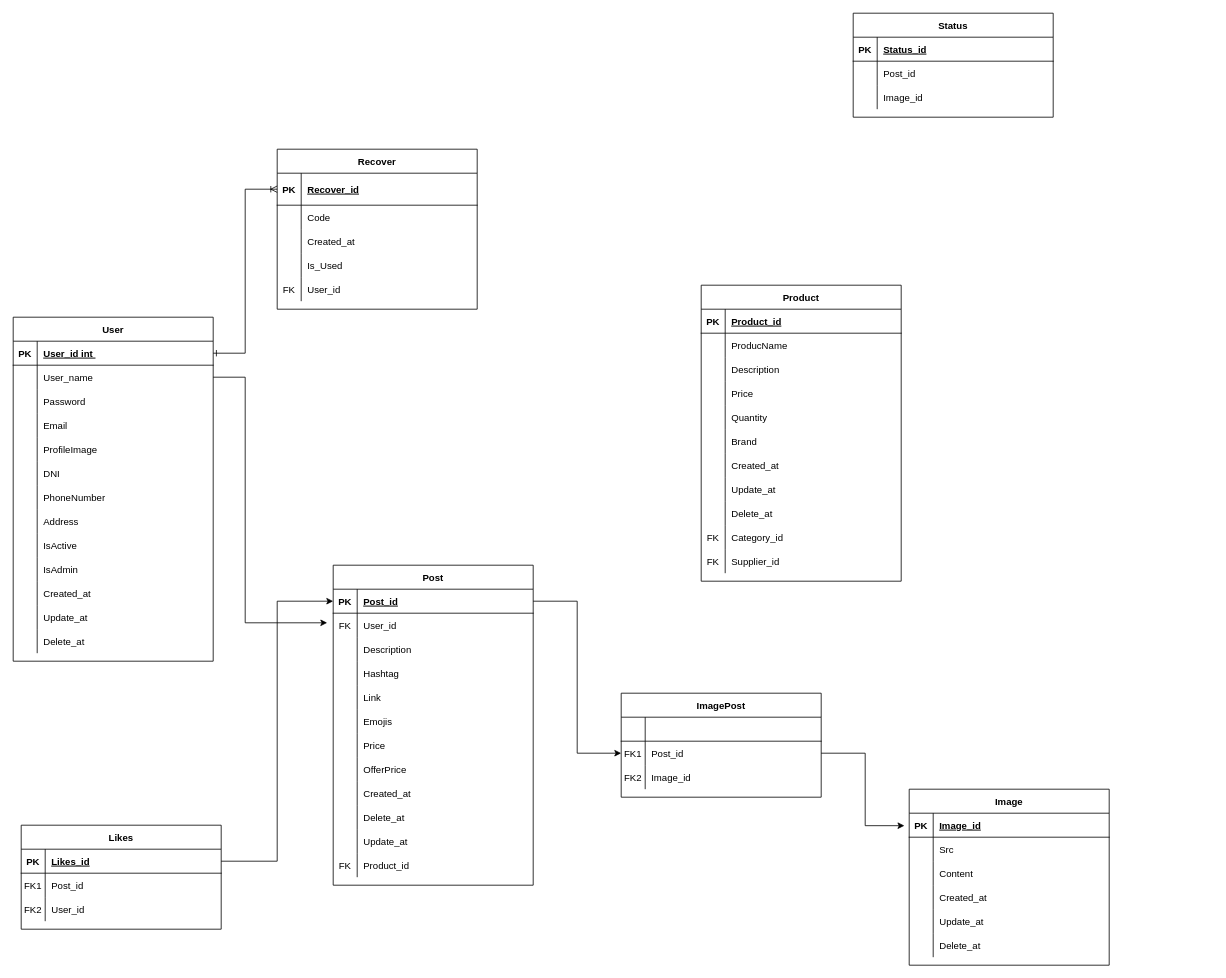
Before: E-Commerce.drawio in MarvinOrtiz18/DER, a draw.io diagram. Source tidied: cells renumbered, new cells numbered last; positions are measured from the earlier drawing's top-left corner, leaving out a move shared by most shapes. Both pictures are drawn from the tidied source at 80%, with x=0, y=0 at pixel (13, 13).
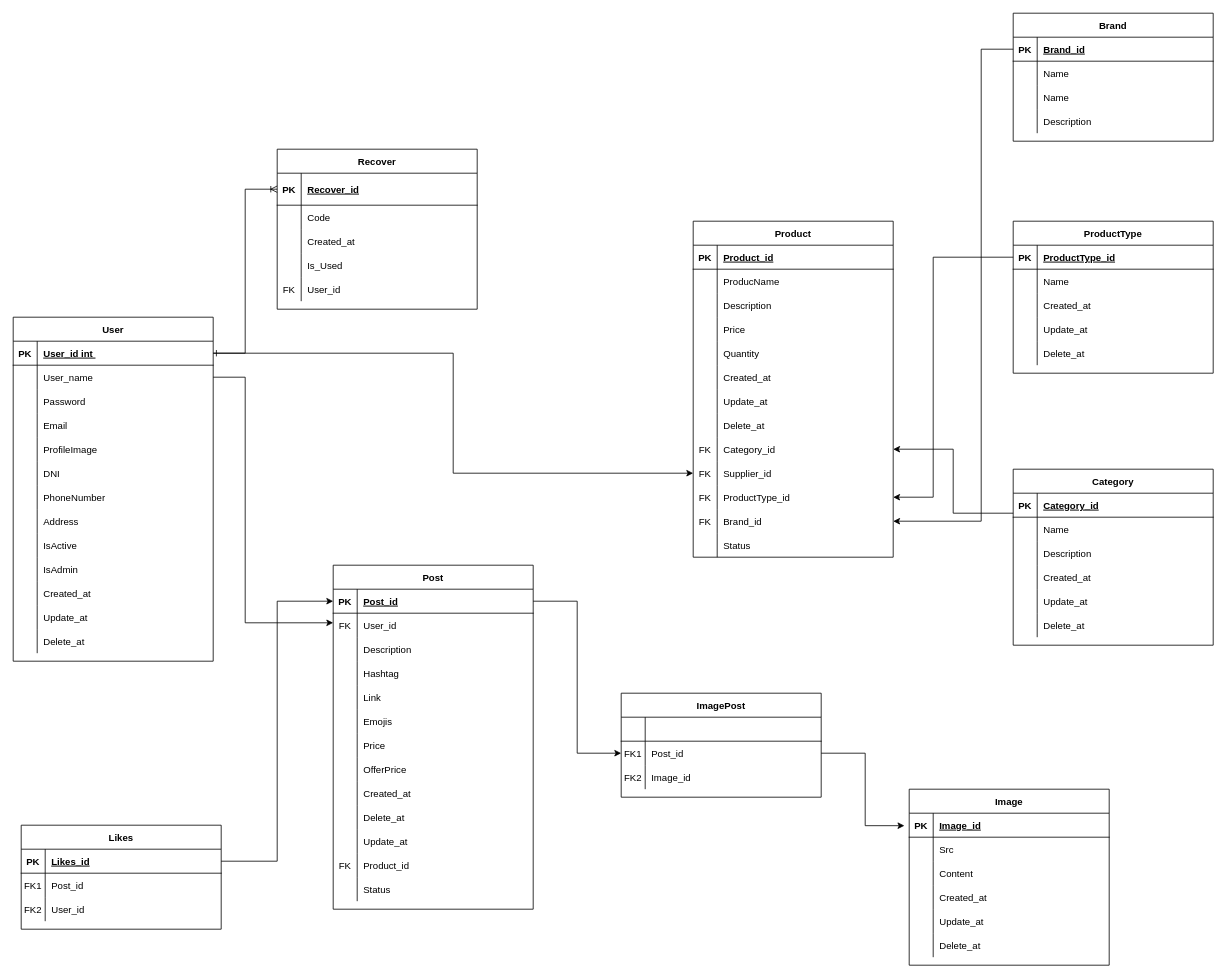
After the change.

Unchanged cells that the change refers to:
```xml
<mxCell id="29" style="shape=partialRectangle;fillColor=none;points=[[0,0.5],[1,0.5]];portConstraint=eastwest;top=0;left=0;right=0;bottom=1;" parent="28" vertex="1">
  <mxGeometry y="30" width="250" height="30" as="geometry" />
</mxCell>
<mxCell id="32" style="shape=partialRectangle;fillColor=none;points=[[0,0.5],[1,0.5]];portConstraint=eastwest;top=0;left=0;right=0;bottom=0;" parent="28" vertex="1">
  <mxGeometry y="60" width="250" height="30" as="geometry" />
</mxCell>
<mxCell id="73" style="shape=partialRectangle;fillColor=none;points=[[0,0.5],[1,0.5]];portConstraint=eastwest;top=0;left=0;right=0;bottom=0;" parent="69" vertex="1">
  <mxGeometry y="60" width="250" height="30" as="geometry" />
</mxCell>
<mxCell id="174" style="shape=partialRectangle;fillColor=none;points=[[0,0.5],[1,0.5]];portConstraint=eastwest;top=0;left=0;right=0;bottom=1;" parent="173" vertex="1">
  <mxGeometry y="30" width="250" height="30" as="geometry" />
</mxCell>
<mxCell id="177" style="shape=partialRectangle;fillColor=none;top=0;left=0;right=0;bottom=0;" parent="173" vertex="1">
  <mxGeometry y="60" width="250" height="30" as="geometry" />
</mxCell>
```

Diff of the diagram source:
```diff
@@
     <mxCell id="69" value="Post" style="shape=table;startSize=30;childLayout=tableLayout;rowLines=0;fontStyle=1;align=center;" parent="1" vertex="1">
-      <mxGeometry x="400" y="690" width="250" height="400" as="geometry" />
+      <mxGeometry x="400" y="690" width="250" height="430" as="geometry" />
     </mxCell>
@@
+    <mxCell id="183" style="shape=partialRectangle;fillColor=none;top=0;left=0;right=0;bottom=0;" parent="69" vertex="1">
+      <mxGeometry y="390" width="250" height="30" as="geometry" />
+    </mxCell>
+    <mxCell id="184" style="shape=partialRectangle;overflow=hidden;fillColor=none;top=0;left=0;bottom=0;right=0;" parent="183" vertex="1">
+      <mxGeometry width="30" height="30" as="geometry" />
+    </mxCell>
+    <mxCell id="185" value="Status" style="shape=partialRectangle;overflow=hidden;fillColor=none;top=0;left=0;bottom=0;right=0;align=left;spacingLeft=6;" parent="183" vertex="1">
+      <mxGeometry x="30" width="220" height="30" as="geometry" />
+    </mxCell>
@@
-    <mxCell id="135" style="edgeStyle=orthogonalEdgeStyle;rounded=0;jettySize=auto;html=1;exitX=1;exitY=0.5;exitDx=0;exitDy=0;entryX=-0.03;entryY=0.4;entryDx=0;entryDy=0;entryPerimeter=0;" parent="1" edge="1" source="32" target="73">
+    <mxCell id="135" style="edgeStyle=orthogonalEdgeStyle;rounded=0;jettySize=auto;html=1;exitX=1;exitY=0.5;exitDx=0;exitDy=0;" parent="1" edge="1" source="32" target="73">
       <mxGeometry relative="1" as="geometry">
         <Array as="points">
           <mxPoint x="290" y="455" />
           <mxPoint x="290" y="762" />
         </Array>
       </mxGeometry>
     </mxCell>
@@
     <mxCell id="139" value="Product" style="shape=table;startSize=30;childLayout=tableLayout;rowLines=0;fontStyle=1;align=center;" parent="1" vertex="1">
-      <mxGeometry x="860" y="340" width="250" height="370" as="geometry" />
+      <mxGeometry x="850" y="260" width="250" height="420" as="geometry" />
     </mxCell>
@@
-    <mxCell id="155" style="shape=partialRectangle;fillColor=none;top=0;left=0;right=0;bottom=0;" parent="139" vertex="1">
-      <mxGeometry y="180" width="250" height="30" as="geometry" />
-    </mxCell>
-    <mxCell id="156" style="shape=partialRectangle;overflow=hidden;fillColor=none;top=0;left=0;bottom=0;right=0;" parent="155" vertex="1">
-      <mxGeometry width="30" height="30" as="geometry" />
-    </mxCell>
-    <mxCell id="157" value="Brand" style="shape=partialRectangle;overflow=hidden;fillColor=none;top=0;left=0;bottom=0;right=0;align=left;spacingLeft=6;" parent="155" vertex="1">
-      <mxGeometry x="30" width="220" height="30" as="geometry" />
-    </mxCell>
     <mxCell id="158" style="shape=partialRectangle;fillColor=none;top=0;left=0;right=0;bottom=0;" parent="139" vertex="1">
-      <mxGeometry y="210" width="250" height="30" as="geometry" />
+      <mxGeometry y="180" width="250" height="30" as="geometry" />
     </mxCell>
@@
     <mxCell id="161" style="shape=partialRectangle;fillColor=none;top=0;left=0;right=0;bottom=0;" parent="139" vertex="1">
-      <mxGeometry y="240" width="250" height="30" as="geometry" />
+      <mxGeometry y="210" width="250" height="30" as="geometry" />
     </mxCell>
@@
     <mxCell id="164" style="shape=partialRectangle;fillColor=none;top=0;left=0;right=0;bottom=0;" parent="139" vertex="1">
-      <mxGeometry y="270" width="250" height="30" as="geometry" />
+      <mxGeometry y="240" width="250" height="30" as="geometry" />
     </mxCell>
@@
     <mxCell id="167" style="shape=partialRectangle;fillColor=none;points=[[0,0.5],[1,0.5]];portConstraint=eastwest;top=0;left=0;right=0;bottom=0;" parent="139" vertex="1">
-      <mxGeometry y="300" width="250" height="30" as="geometry" />
+      <mxGeometry y="270" width="250" height="30" as="geometry" />
     </mxCell>
@@
     <mxCell id="170" style="shape=partialRectangle;fillColor=none;points=[[0,0.5],[1,0.5]];portConstraint=eastwest;top=0;left=0;right=0;bottom=0;" parent="139" vertex="1">
-      <mxGeometry y="330" width="250" height="30" as="geometry" />
+      <mxGeometry y="300" width="250" height="30" as="geometry" />
     </mxCell>
@@
+    <mxCell id="186" style="shape=partialRectangle;fillColor=none;points=[[0,0.5],[1,0.5]];portConstraint=eastwest;top=0;left=0;right=0;bottom=0;" parent="139" vertex="1">
+      <mxGeometry y="330" width="250" height="30" as="geometry" />
+    </mxCell>
+    <mxCell id="187" value="FK" style="shape=partialRectangle;overflow=hidden;fillColor=none;top=0;left=0;bottom=0;right=0;" parent="186" vertex="1">
+      <mxGeometry width="30" height="30" as="geometry" />
+    </mxCell>
+    <mxCell id="188" value="ProductType_id" style="shape=partialRectangle;overflow=hidden;fillColor=none;top=0;left=0;bottom=0;right=0;align=left;spacingLeft=6;" parent="186" vertex="1">
+      <mxGeometry x="30" width="220" height="30" as="geometry" />
+    </mxCell>
+    <mxCell id="189" style="shape=partialRectangle;fillColor=none;points=[[0,0.5],[1,0.5]];portConstraint=eastwest;top=0;left=0;right=0;bottom=0;" parent="139" vertex="1">
+      <mxGeometry y="360" width="250" height="30" as="geometry" />
+    </mxCell>
+    <mxCell id="190" value="FK" style="shape=partialRectangle;overflow=hidden;fillColor=none;top=0;left=0;bottom=0;right=0;" parent="189" vertex="1">
+      <mxGeometry width="30" height="30" as="geometry" />
+    </mxCell>
+    <mxCell id="191" value="Brand_id" style="shape=partialRectangle;overflow=hidden;fillColor=none;top=0;left=0;bottom=0;right=0;align=left;spacingLeft=6;" parent="189" vertex="1">
+      <mxGeometry x="30" width="220" height="30" as="geometry" />
+    </mxCell>
+    <mxCell id="192" style="shape=partialRectangle;fillColor=none;top=0;left=0;right=0;bottom=0;" parent="139" vertex="1">
+      <mxGeometry y="390" width="250" height="30" as="geometry" />
+    </mxCell>
+    <mxCell id="193" style="shape=partialRectangle;overflow=hidden;fillColor=none;top=0;left=0;bottom=0;right=0;" parent="192" vertex="1">
+      <mxGeometry width="30" height="30" as="geometry" />
+    </mxCell>
+    <mxCell id="194" value="Status" style="shape=partialRectangle;overflow=hidden;fillColor=none;top=0;left=0;bottom=0;right=0;align=left;spacingLeft=6;" parent="192" vertex="1">
+      <mxGeometry x="30" width="220" height="30" as="geometry" />
+    </mxCell>
-    <mxCell id="173" value="Status" style="shape=table;startSize=30;childLayout=tableLayout;rowLines=0;fontStyle=1;align=center;" parent="1" vertex="1">
-      <mxGeometry x="1050" width="250" height="130" as="geometry" />
+    <mxCell id="173" value="Brand" style="shape=table;startSize=30;childLayout=tableLayout;rowLines=0;fontStyle=1;align=center;" parent="1" vertex="1">
+      <mxGeometry x="1250" width="250" height="160" as="geometry" />
     </mxCell>
@@
-    <mxCell id="176" value="Status_id" style="shape=partialRectangle;overflow=hidden;fillColor=none;top=0;left=0;bottom=0;right=0;align=left;spacingLeft=6;fontStyle=5;" parent="174" vertex="1">
+    <mxCell id="176" value="Brand_id" style="shape=partialRectangle;overflow=hidden;fillColor=none;top=0;left=0;bottom=0;right=0;align=left;spacingLeft=6;fontStyle=5;" parent="174" vertex="1">
       <mxGeometry x="30" width="220" height="30" as="geometry" />
     </mxCell>
@@
-    <mxCell id="179" value="Post_id" style="shape=partialRectangle;overflow=hidden;fillColor=none;top=0;left=0;bottom=0;right=0;align=left;spacingLeft=6;" parent="177" vertex="1">
+    <mxCell id="179" value="Name" style="shape=partialRectangle;overflow=hidden;fillColor=none;top=0;left=0;bottom=0;right=0;align=left;spacingLeft=6;" parent="177" vertex="1">
       <mxGeometry x="30" width="220" height="30" as="geometry" />
     </mxCell>
+    <mxCell id="195" style="shape=partialRectangle;fillColor=none;top=0;left=0;right=0;bottom=0;" parent="173" vertex="1">
+      <mxGeometry y="90" width="250" height="30" as="geometry" />
+    </mxCell>
+    <mxCell id="196" style="shape=partialRectangle;overflow=hidden;fillColor=none;top=0;left=0;bottom=0;right=0;" parent="195" vertex="1">
+      <mxGeometry width="30" height="30" as="geometry" />
+    </mxCell>
+    <mxCell id="197" value="Name" style="shape=partialRectangle;overflow=hidden;fillColor=none;top=0;left=0;bottom=0;right=0;align=left;spacingLeft=6;" parent="195" vertex="1">
+      <mxGeometry x="30" width="220" height="30" as="geometry" />
+    </mxCell>
     <mxCell id="180" style="shape=partialRectangle;fillColor=none;top=0;left=0;right=0;bottom=0;" parent="173" vertex="1">
-      <mxGeometry y="90" width="250" height="30" as="geometry" />
+      <mxGeometry y="120" width="250" height="30" as="geometry" />
     </mxCell>
@@
-    <mxCell id="182" value="Image_id" style="shape=partialRectangle;overflow=hidden;fillColor=none;top=0;left=0;bottom=0;right=0;align=left;spacingLeft=6;" parent="180" vertex="1">
+    <mxCell id="182" value="Description" style="shape=partialRectangle;overflow=hidden;fillColor=none;top=0;left=0;bottom=0;right=0;align=left;spacingLeft=6;" parent="180" vertex="1">
       <mxGeometry x="30" width="220" height="30" as="geometry" />
     </mxCell>
+    <mxCell id="198" style="edgeStyle=orthogonalEdgeStyle;rounded=0;jettySize=auto;html=1;exitX=0;exitY=0.25;exitDx=0;exitDy=0;entryX=1;entryY=0.5;entryDx=0;entryDy=0;" parent="1" edge="1" source="199" target="167">
+      <mxGeometry relative="1" as="geometry" />
+    </mxCell>
+    <mxCell id="199" value="Category" style="shape=table;startSize=30;childLayout=tableLayout;rowLines=0;fontStyle=1;align=center;" parent="1" vertex="1">
+      <mxGeometry x="1250" y="570" width="250" height="220" as="geometry" />
+    </mxCell>
+    <mxCell id="200" style="shape=partialRectangle;fillColor=none;top=0;left=0;right=0;bottom=1;" parent="199" vertex="1">
+      <mxGeometry y="30" width="250" height="30" as="geometry" />
+    </mxCell>
+    <mxCell id="201" value="PK" style="shape=partialRectangle;overflow=hidden;fillColor=none;top=0;left=0;bottom=0;right=0;fontStyle=1;" parent="200" vertex="1">
+      <mxGeometry width="30" height="30" as="geometry" />
+    </mxCell>
+    <mxCell id="202" value="Category_id" style="shape=partialRectangle;overflow=hidden;fillColor=none;top=0;left=0;bottom=0;right=0;align=left;spacingLeft=6;fontStyle=5;" parent="200" vertex="1">
+      <mxGeometry x="30" width="220" height="30" as="geometry" />
+    </mxCell>
+    <mxCell id="203" style="shape=partialRectangle;fillColor=none;top=0;left=0;right=0;bottom=0;" parent="199" vertex="1">
+      <mxGeometry y="60" width="250" height="30" as="geometry" />
+    </mxCell>
+    <mxCell id="204" style="shape=partialRectangle;overflow=hidden;fillColor=none;top=0;left=0;bottom=0;right=0;" parent="203" vertex="1">
+      <mxGeometry width="30" height="30" as="geometry" />
+    </mxCell>
+    <mxCell id="205" value="Name" style="shape=partialRectangle;overflow=hidden;fillColor=none;top=0;left=0;bottom=0;right=0;align=left;spacingLeft=6;" parent="203" vertex="1">
+      <mxGeometry x="30" width="220" height="30" as="geometry" />
+    </mxCell>
+    <mxCell id="206" style="shape=partialRectangle;fillColor=none;top=0;left=0;right=0;bottom=0;" parent="199" vertex="1">
+      <mxGeometry y="90" width="250" height="30" as="geometry" />
+    </mxCell>
+    <mxCell id="207" style="shape=partialRectangle;overflow=hidden;fillColor=none;top=0;left=0;bottom=0;right=0;" parent="206" vertex="1">
+      <mxGeometry width="30" height="30" as="geometry" />
+    </mxCell>
+    <mxCell id="208" value="Description" style="shape=partialRectangle;overflow=hidden;fillColor=none;top=0;left=0;bottom=0;right=0;align=left;spacingLeft=6;" parent="206" vertex="1">
+      <mxGeometry x="30" width="220" height="30" as="geometry" />
+    </mxCell>
+    <mxCell id="209" style="shape=partialRectangle;fillColor=none;top=0;left=0;right=0;bottom=0;" parent="199" vertex="1">
+      <mxGeometry y="120" width="250" height="30" as="geometry" />
+    </mxCell>
+    <mxCell id="210" style="shape=partialRectangle;overflow=hidden;fillColor=none;top=0;left=0;bottom=0;right=0;" parent="209" vertex="1">
+      <mxGeometry width="30" height="30" as="geometry" />
+    </mxCell>
+    <mxCell id="211" value="Created_at" style="shape=partialRectangle;overflow=hidden;fillColor=none;top=0;left=0;bottom=0;right=0;align=left;spacingLeft=6;" parent="209" vertex="1">
+      <mxGeometry x="30" width="220" height="30" as="geometry" />
+    </mxCell>
+    <mxCell id="212" style="shape=partialRectangle;fillColor=none;top=0;left=0;right=0;bottom=0;" parent="199" vertex="1">
+      <mxGeometry y="150" width="250" height="30" as="geometry" />
+    </mxCell>
+    <mxCell id="213" style="shape=partialRectangle;overflow=hidden;fillColor=none;top=0;left=0;bottom=0;right=0;" parent="212" vertex="1">
+      <mxGeometry width="30" height="30" as="geometry" />
+    </mxCell>
+    <mxCell id="214" value="Update_at" style="shape=partialRectangle;overflow=hidden;fillColor=none;top=0;left=0;bottom=0;right=0;align=left;spacingLeft=6;" parent="212" vertex="1">
+      <mxGeometry x="30" width="220" height="30" as="geometry" />
+    </mxCell>
+    <mxCell id="155" style="shape=partialRectangle;fillColor=none;top=0;left=0;right=0;bottom=0;" parent="199" vertex="1">
+      <mxGeometry y="180" width="250" height="30" as="geometry" />
+    </mxCell>
+    <mxCell id="215" style="shape=partialRectangle;overflow=hidden;fillColor=none;top=0;left=0;bottom=0;right=0;" parent="155" vertex="1">
+      <mxGeometry width="30" height="30" as="geometry" />
+    </mxCell>
+    <mxCell id="216" value="Delete_at" style="shape=partialRectangle;overflow=hidden;fillColor=none;top=0;left=0;bottom=0;right=0;align=left;spacingLeft=6;" parent="155" vertex="1">
+      <mxGeometry x="30" width="220" height="30" as="geometry" />
+    </mxCell>
+    <mxCell id="217" value="ProductType" style="shape=table;startSize=30;childLayout=tableLayout;rowLines=0;fontStyle=1;align=center;" parent="1" vertex="1">
+      <mxGeometry x="1250" y="260" width="250" height="190" as="geometry" />
+    </mxCell>
+    <mxCell id="218" style="shape=partialRectangle;fillColor=none;points=[[0,0.5],[1,0.5]];portConstraint=eastwest;top=0;left=0;right=0;bottom=1;" parent="217" vertex="1">
+      <mxGeometry y="30" width="250" height="30" as="geometry" />
+    </mxCell>
+    <mxCell id="219" value="PK" style="shape=partialRectangle;overflow=hidden;fillColor=none;top=0;left=0;bottom=0;right=0;fontStyle=1;" parent="218" vertex="1">
+      <mxGeometry width="30" height="30" as="geometry" />
+    </mxCell>
+    <mxCell id="220" value="ProductType_id" style="shape=partialRectangle;overflow=hidden;fillColor=none;top=0;left=0;bottom=0;right=0;align=left;spacingLeft=6;fontStyle=5;" parent="218" vertex="1">
+      <mxGeometry x="30" width="220" height="30" as="geometry" />
+    </mxCell>
+    <mxCell id="221" style="shape=partialRectangle;fillColor=none;top=0;left=0;right=0;bottom=0;" parent="217" vertex="1">
+      <mxGeometry y="60" width="250" height="30" as="geometry" />
+    </mxCell>
+    <mxCell id="222" style="shape=partialRectangle;overflow=hidden;fillColor=none;top=0;left=0;bottom=0;right=0;" parent="221" vertex="1">
+      <mxGeometry width="30" height="30" as="geometry" />
+    </mxCell>
+    <mxCell id="223" value="Name" style="shape=partialRectangle;overflow=hidden;fillColor=none;top=0;left=0;bottom=0;right=0;align=left;spacingLeft=6;" parent="221" vertex="1">
+      <mxGeometry x="30" width="220" height="30" as="geometry" />
+    </mxCell>
+    <mxCell id="224" style="shape=partialRectangle;fillColor=none;top=0;left=0;right=0;bottom=0;" parent="217" vertex="1">
+      <mxGeometry y="90" width="250" height="30" as="geometry" />
+    </mxCell>
+    <mxCell id="225" style="shape=partialRectangle;overflow=hidden;fillColor=none;top=0;left=0;bottom=0;right=0;" parent="224" vertex="1">
+      <mxGeometry width="30" height="30" as="geometry" />
+    </mxCell>
+    <mxCell id="226" value="Created_at" style="shape=partialRectangle;overflow=hidden;fillColor=none;top=0;left=0;bottom=0;right=0;align=left;spacingLeft=6;" parent="224" vertex="1">
+      <mxGeometry x="30" width="220" height="30" as="geometry" />
+    </mxCell>
+    <mxCell id="227" style="shape=partialRectangle;fillColor=none;top=0;left=0;right=0;bottom=0;" parent="217" vertex="1">
+      <mxGeometry y="120" width="250" height="30" as="geometry" />
+    </mxCell>
+    <mxCell id="228" style="shape=partialRectangle;overflow=hidden;fillColor=none;top=0;left=0;bottom=0;right=0;" parent="227" vertex="1">
+      <mxGeometry width="30" height="30" as="geometry" />
+    </mxCell>
+    <mxCell id="229" value="Update_at" style="shape=partialRectangle;overflow=hidden;fillColor=none;top=0;left=0;bottom=0;right=0;align=left;spacingLeft=6;" parent="227" vertex="1">
+      <mxGeometry x="30" width="220" height="30" as="geometry" />
+    </mxCell>
+    <mxCell id="230" style="shape=partialRectangle;fillColor=none;top=0;left=0;right=0;bottom=0;" parent="217" vertex="1">
+      <mxGeometry y="150" width="250" height="30" as="geometry" />
+    </mxCell>
+    <mxCell id="231" style="shape=partialRectangle;overflow=hidden;fillColor=none;top=0;left=0;bottom=0;right=0;" parent="230" vertex="1">
+      <mxGeometry width="30" height="30" as="geometry" />
+    </mxCell>
+    <mxCell id="232" value="Delete_at" style="shape=partialRectangle;overflow=hidden;fillColor=none;top=0;left=0;bottom=0;right=0;align=left;spacingLeft=6;" parent="230" vertex="1">
+      <mxGeometry x="30" width="220" height="30" as="geometry" />
+    </mxCell>
+    <mxCell id="233" style="edgeStyle=orthogonalEdgeStyle;rounded=0;jettySize=auto;html=1;exitX=0;exitY=0.5;exitDx=0;exitDy=0;entryX=1;entryY=0.5;entryDx=0;entryDy=0;" parent="1" edge="1" source="218" target="186">
+      <mxGeometry relative="1" as="geometry">
+        <Array as="points">
+          <mxPoint x="1150" y="305" />
+          <mxPoint x="1150" y="605" />
+        </Array>
+      </mxGeometry>
+    </mxCell>
+    <mxCell id="234" style="edgeStyle=orthogonalEdgeStyle;rounded=0;jettySize=auto;html=1;exitX=0;exitY=0.5;exitDx=0;exitDy=0;entryX=1;entryY=0.5;entryDx=0;entryDy=0;" parent="1" edge="1" source="174" target="189">
+      <mxGeometry relative="1" as="geometry">
+        <Array as="points">
+          <mxPoint x="1210" y="45" />
+          <mxPoint x="1210" y="635" />
+        </Array>
+      </mxGeometry>
+    </mxCell>
+    <mxCell id="235" style="edgeStyle=orthogonalEdgeStyle;rounded=0;jettySize=auto;html=1;exitX=1;exitY=0.5;exitDx=0;exitDy=0;entryX=0;entryY=0.5;entryDx=0;entryDy=0;" parent="1" edge="1" source="29" target="170">
+      <mxGeometry relative="1" as="geometry" />
+    </mxCell>
```
